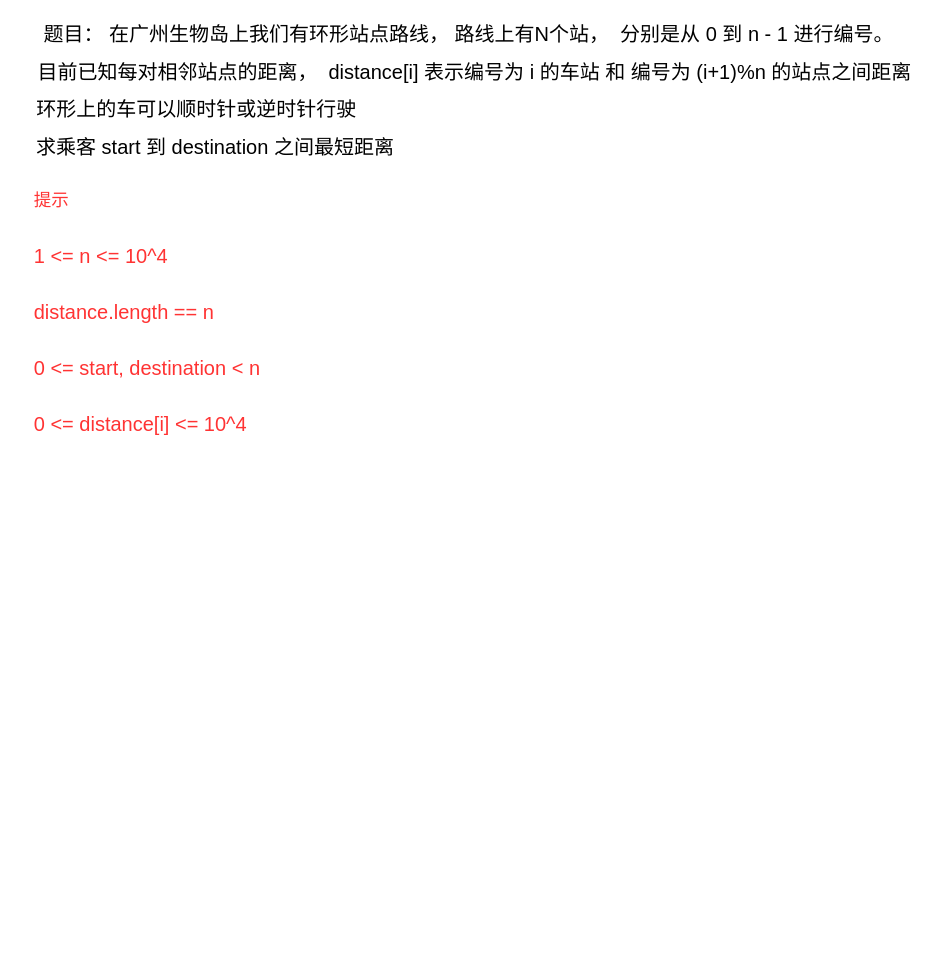
The draw.io diagram 个人信息/算法题1.drawio in wurh/myDesignDoc, before the edit. Source tidied: cells renumbered, new cells numbered last; positions are measured from the earlier drawing's top-left corner, leaving out a move shared by most shapes. Both pictures are drawn from the tidied source at 125%, with x=0, y=0 at pixel (21, 21).
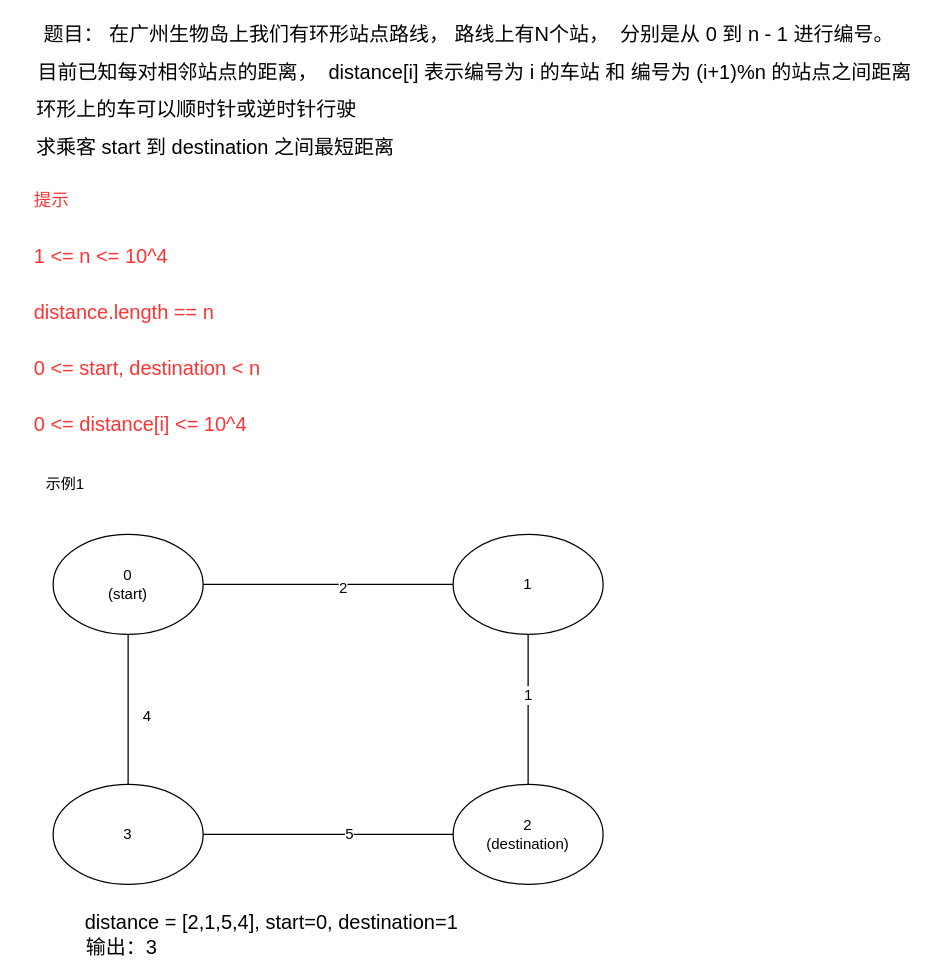
Above is the later version.

What changed in the source:
```diff
@@
+    <mxCell id="7" value="0&lt;br&gt;(start)" style="ellipse;whiteSpace=wrap;html=1;" parent="1" vertex="1">
+      <mxGeometry x="25" y="410" width="120" height="80" as="geometry" />
+    </mxCell>
+    <mxCell id="8" value="1" style="ellipse;whiteSpace=wrap;html=1;" parent="1" vertex="1">
+      <mxGeometry x="345" y="410" width="120" height="80" as="geometry" />
+    </mxCell>
+    <mxCell id="9" value="3" style="ellipse;whiteSpace=wrap;html=1;" parent="1" vertex="1">
+      <mxGeometry x="25" y="610" width="120" height="80" as="geometry" />
+    </mxCell>
+    <mxCell id="10" value="2&lt;br&gt;(destination)" style="ellipse;whiteSpace=wrap;html=1;" parent="1" vertex="1">
+      <mxGeometry x="345" y="610" width="120" height="80" as="geometry" />
+    </mxCell>
+    <mxCell id="11" style="endArrow=none;html=1;exitX=1;exitY=0.5;exitDx=0;exitDy=0;entryX=0;entryY=0.5;entryDx=0;entryDy=0;" parent="1" edge="1" source="7" target="8">
+      <mxGeometry relative="1" as="geometry" />
+    </mxCell>
+    <mxCell id="12" value="2" style="text;html=1;align=center;verticalAlign=middle;labelBackgroundColor=#ffffff;" parent="11" vertex="1">
+      <mxGeometry x="0.11" y="-2" relative="1" as="geometry" />
+    </mxCell>
+    <mxCell id="13" style="endArrow=none;html=1;entryX=0.5;entryY=1;entryDx=0;entryDy=0;exitX=0.5;exitY=0;exitDx=0;exitDy=0;" parent="1" edge="1" source="9" target="7">
+      <mxGeometry relative="1" as="geometry" />
+    </mxCell>
+    <mxCell id="14" style="endArrow=none;html=1;exitX=1;exitY=0.5;exitDx=0;exitDy=0;entryX=0;entryY=0.5;entryDx=0;entryDy=0;" parent="1" edge="1" source="9" target="10">
+      <mxGeometry relative="1" as="geometry" />
+    </mxCell>
+    <mxCell id="15" value="5" style="text;html=1;align=center;verticalAlign=middle;labelBackgroundColor=#ffffff;" parent="14" vertex="1">
+      <mxGeometry x="0.16" y="1" relative="1" as="geometry" />
+    </mxCell>
+    <mxCell id="16" style="endArrow=none;html=1;entryX=0.5;entryY=1;entryDx=0;entryDy=0;exitX=0.5;exitY=0;exitDx=0;exitDy=0;" parent="1" edge="1" source="10" target="8">
+      <mxGeometry relative="1" as="geometry" />
+    </mxCell>
+    <mxCell id="17" value="1" style="text;html=1;align=center;verticalAlign=middle;labelBackgroundColor=#ffffff;" parent="16" vertex="1">
+      <mxGeometry x="0.2" y="1" relative="1" as="geometry" />
+    </mxCell>
+    <mxCell id="18" value="4" style="text;html=1;align=center;verticalAlign=middle;" parent="1" vertex="1">
+      <mxGeometry x="90" y="546" width="20" height="20" as="geometry" />
+    </mxCell>
+    <mxCell id="19" value="示例1" style="text;html=1;strokeColor=none;fillColor=none;align=center;verticalAlign=middle;whiteSpace=wrap;rounded=0;" parent="1" vertex="1">
+      <mxGeometry x="15" y="360" width="40" height="20" as="geometry" />
+    </mxCell>
+    <mxCell id="20" value="&lt;font style=&quot;font-size: 16px&quot;&gt;distance = [2,1,5,4], start=0, destination=1&lt;/font&gt;" style="text;html=1;strokeColor=none;fillColor=none;align=center;verticalAlign=middle;whiteSpace=wrap;rounded=0;" parent="1" vertex="1">
+      <mxGeometry x="25" y="710" width="350" height="20" as="geometry" />
+    </mxCell>
+    <mxCell id="21" value="&lt;span style=&quot;font-size: 16px&quot;&gt;输出：3&lt;/span&gt;" style="text;html=1;strokeColor=none;fillColor=none;align=center;verticalAlign=middle;whiteSpace=wrap;rounded=0;" parent="1" vertex="1">
+      <mxGeometry x="25" y="730" width="110" height="20" as="geometry" />
+    </mxCell>
```
